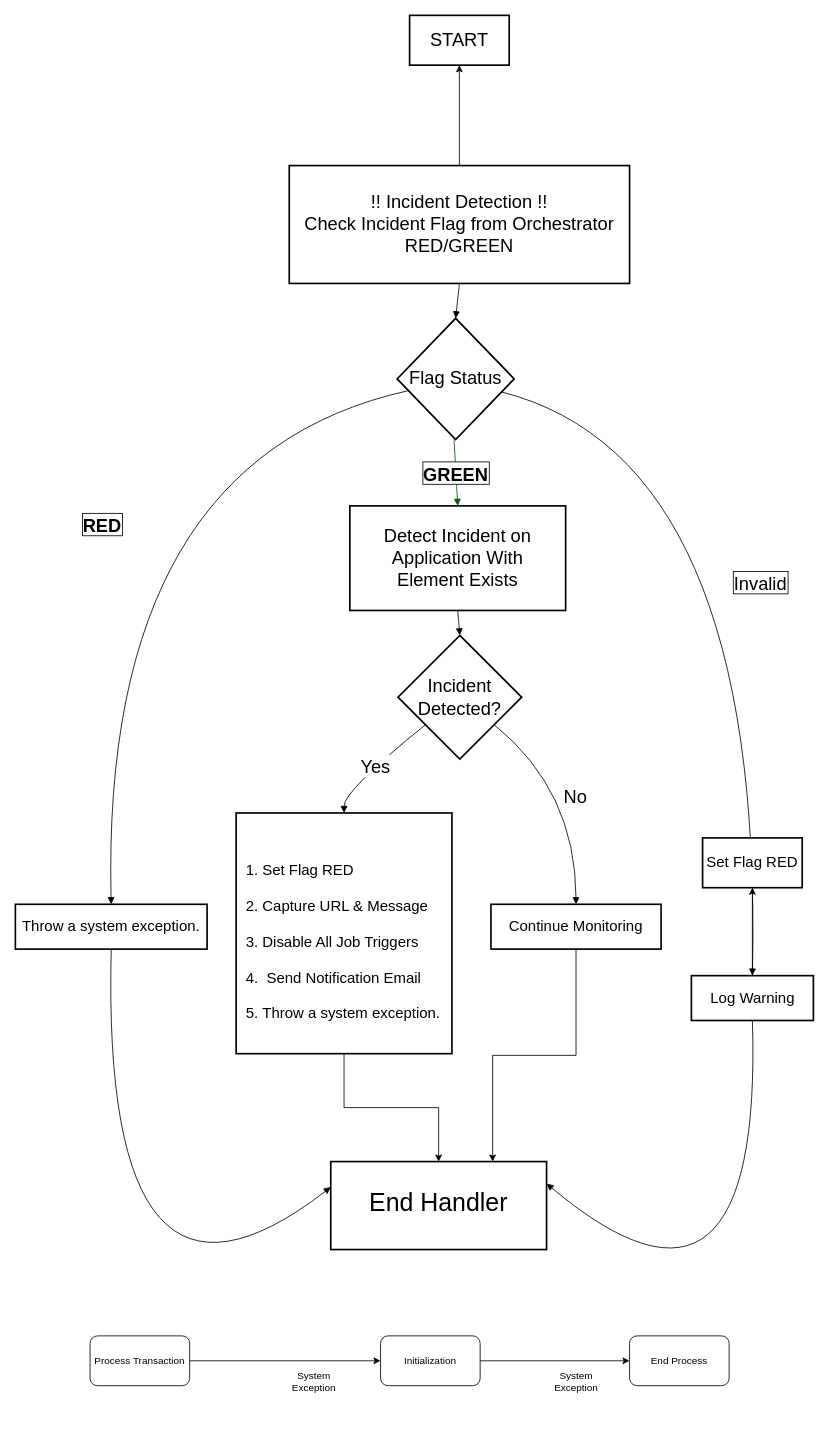
This is Untitled Diagram.drawio from harshitsharmatpg/vault, a draw.io file, before an edit. Source tidied: cells renumbered, new cells numbered last; positions are measured from the earlier drawing's top-left corner, leaving out a move shared by most shapes. Both pictures are drawn from the tidied source at 83%, with x=0, y=0 at pixel (15, 15).
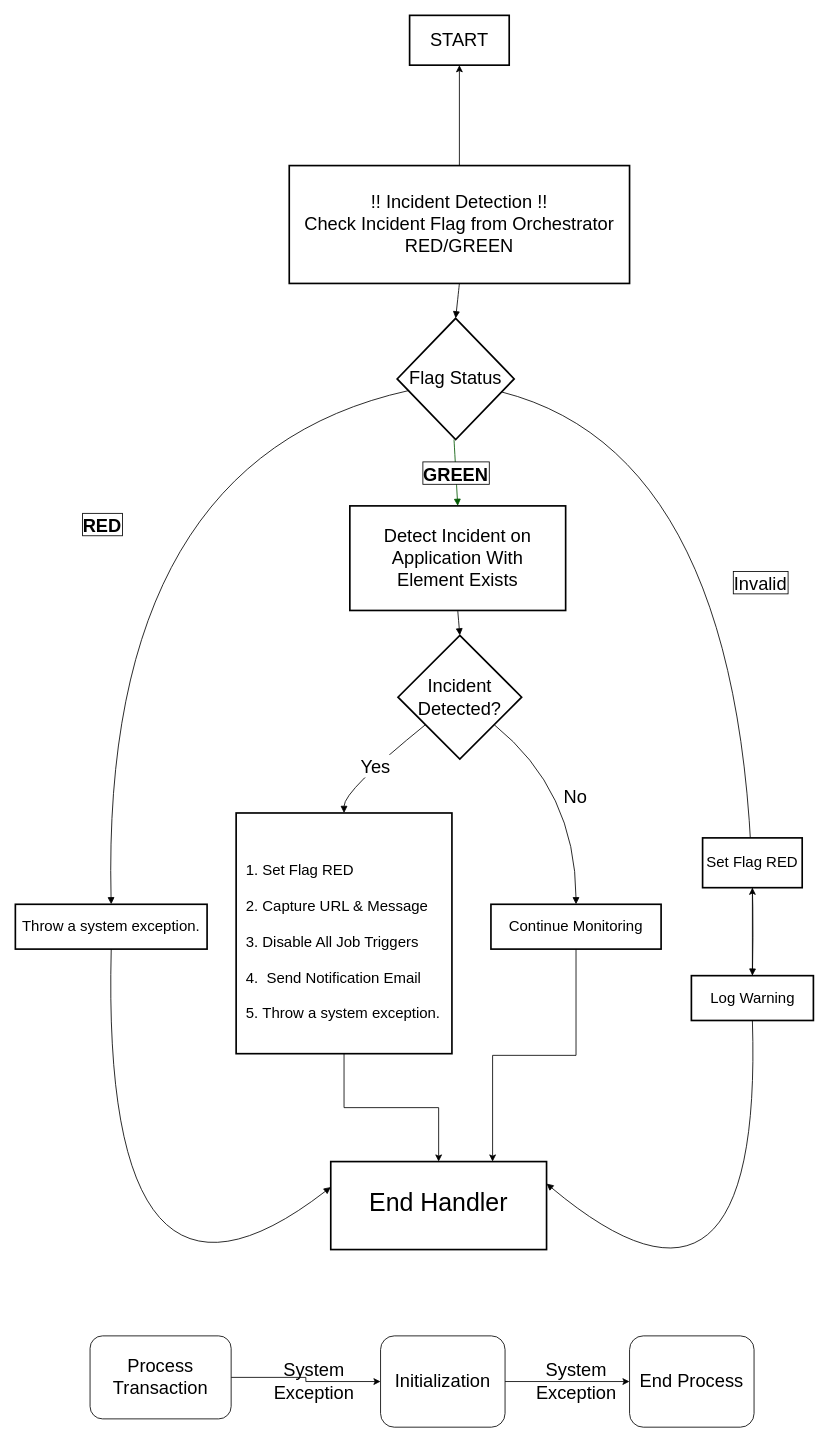
Above is the later version.

Change to the diagram source:
```diff
@@
-    <mxCell id="27" value="Process Transaction" style="rounded=1;whiteSpace=wrap;html=1;" parent="1" vertex="1">
-      <mxGeometry x="90" y="1591" width="120" height="60" as="geometry" />
+    <mxCell id="27" value="&lt;font style=&quot;font-size: 22px;&quot;&gt;Process Transaction&lt;/font&gt;" style="rounded=1;whiteSpace=wrap;html=1;" parent="1" vertex="1">
+      <mxGeometry x="90" y="1591" width="170" height="100" as="geometry" />
     </mxCell>
@@
-    <mxCell id="29" value="Initialization" style="rounded=1;whiteSpace=wrap;html=1;" parent="1" vertex="1">
-      <mxGeometry x="440" y="1591" width="120" height="60" as="geometry" />
+    <mxCell id="29" value="&lt;font style=&quot;font-size: 22px;&quot;&gt;Initialization&lt;/font&gt;" style="rounded=1;whiteSpace=wrap;html=1;" parent="1" vertex="1">
+      <mxGeometry x="440" y="1591" width="150" height="110" as="geometry" />
     </mxCell>
-    <mxCell id="30" value="System Exception" style="text;html=1;whiteSpace=wrap;strokeColor=none;fillColor=none;align=center;verticalAlign=middle;rounded=0;" parent="1" vertex="1">
+    <mxCell id="30" value="&lt;font style=&quot;font-size: 22px;&quot;&gt;System Exception&lt;/font&gt;" style="text;html=1;whiteSpace=wrap;strokeColor=none;fillColor=none;align=center;verticalAlign=middle;rounded=0;" parent="1" vertex="1">
       <mxGeometry x="330" y="1631" width="60" height="30" as="geometry" />
     </mxCell>
-    <mxCell id="31" value="End Process" style="rounded=1;whiteSpace=wrap;html=1;" parent="1" vertex="1">
-      <mxGeometry x="740" y="1591" width="120" height="60" as="geometry" />
+    <mxCell id="31" value="&lt;font style=&quot;font-size: 22px;&quot;&gt;End Process&lt;/font&gt;" style="rounded=1;whiteSpace=wrap;html=1;" parent="1" vertex="1">
+      <mxGeometry x="740" y="1591" width="150" height="110" as="geometry" />
     </mxCell>
-    <mxCell id="32" value="System Exception" style="text;html=1;whiteSpace=wrap;strokeColor=none;fillColor=none;align=center;verticalAlign=middle;rounded=0;" parent="1" vertex="1">
+    <mxCell id="32" value="&lt;font style=&quot;font-size: 22px;&quot;&gt;System Exception&lt;/font&gt;" style="text;html=1;whiteSpace=wrap;strokeColor=none;fillColor=none;align=center;verticalAlign=middle;rounded=0;" parent="1" vertex="1">
       <mxGeometry x="645.5" y="1631" width="60" height="30" as="geometry" />
     </mxCell>
```
